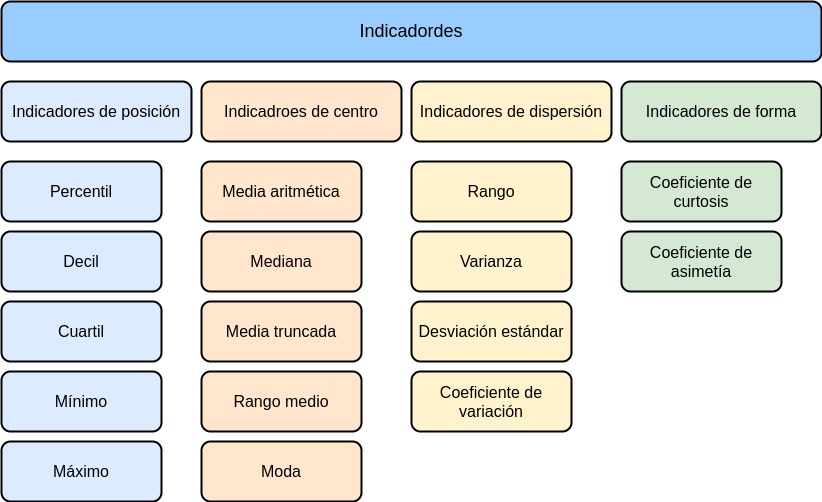
Above: inst/tutorials/Tutorial101/images/Indicadores.png in dgonxalex80/paqueteMET (draw.io), before the change. Source tidied: cells renumbered, new cells last; positions are measured from the earlier drawing's top-left corner, leaving out a move shared by most shapes.
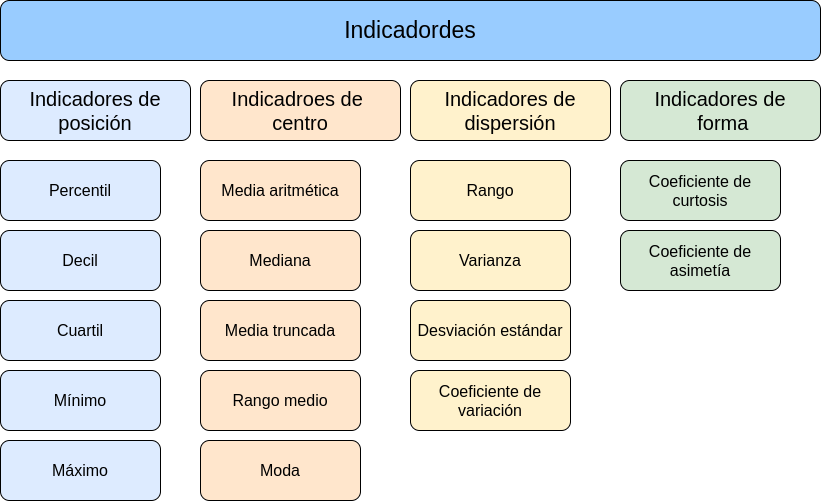
Above is the later version.

What changed in the source:
```diff
@@ -2,67 +2,67 @@
   <root>
     <mxCell id="0" />
     <mxCell id="1" parent="0" />
-    <mxCell id="2" value="&lt;span style=&quot;font-size: 18px;&quot;&gt;Indicadordes&lt;/span&gt;" style="rounded=1;whiteSpace=wrap;html=1;strokeWidth=2;fillWeight=4;hachureGap=8;hachureAngle=45;fillColor=#99CCFF;sketch=1;fontFamily=Helvetica;fontSource=https%3A%2F%2Ffonts.googleapis.com%2Fcss%3Ffamily%3DComing%2BSoon;fontSize=18;strokeColor=#000000;fontStyle=0;" parent="1" vertex="1">
+    <mxCell id="2" value="&lt;span style=&quot;font-size: 23px;&quot;&gt;Indicadordes&lt;/span&gt;" style="rounded=1;whiteSpace=wrap;html=1;strokeWidth=1;fillWeight=4;hachureGap=8;hachureAngle=45;fillColor=#99CCFF;sketch=1;fontFamily=Helvetica;fontSource=https%3A%2F%2Ffonts.googleapis.com%2Fcss%3Ffamily%3DComing%2BSoon;fontSize=23;strokeColor=#000000;fontStyle=0;" parent="1" vertex="1">
       <mxGeometry width="820" height="60" as="geometry" />
     </mxCell>
-    <mxCell id="3" value="Indicadores de posición" style="rounded=1;whiteSpace=wrap;html=1;fontSize=16;fillColor=#DDEBFF;strokeColor=#000000;strokeWidth=2;" parent="1" vertex="1">
+    <mxCell id="3" value="Indicadores de posición" style="rounded=1;whiteSpace=wrap;html=1;fontSize=20;fillColor=#DDEBFF;strokeColor=#000000;strokeWidth=1;" parent="1" vertex="1">
       <mxGeometry y="80" width="190" height="60" as="geometry" />
     </mxCell>
-    <mxCell id="4" value="Indicadroes de centro" style="rounded=1;whiteSpace=wrap;html=1;fontSize=16;fillColor=#FFE6CC;strokeWidth=2;strokeColor=#000000;" parent="1" vertex="1">
+    <mxCell id="4" value="Indicadroes de &lt;br&gt;centro" style="rounded=1;whiteSpace=wrap;html=1;fontSize=20;fillColor=#FFE6CC;strokeWidth=1;strokeColor=#000000;" parent="1" vertex="1">
       <mxGeometry x="200" y="80" width="200" height="60" as="geometry" />
     </mxCell>
-    <mxCell id="5" value="Indicadores de dispersión" style="rounded=1;whiteSpace=wrap;html=1;fontSize=16;fillColor=#fff2cc;strokeColor=#000000;strokeWidth=2;" parent="1" vertex="1">
+    <mxCell id="5" value="Indicadores de dispersión" style="rounded=1;whiteSpace=wrap;html=1;fontSize=20;fillColor=#fff2cc;strokeColor=#000000;strokeWidth=1;" parent="1" vertex="1">
       <mxGeometry x="410" y="80" width="200" height="60" as="geometry" />
     </mxCell>
-    <mxCell id="6" value="Indicadores de forma" style="rounded=1;whiteSpace=wrap;html=1;fontSize=16;fillColor=#d5e8d4;strokeWidth=2;strokeColor=#000000;" parent="1" vertex="1">
+    <mxCell id="6" value="Indicadores de&lt;br&gt;&amp;nbsp;forma" style="rounded=1;whiteSpace=wrap;html=1;fontSize=20;fillColor=#d5e8d4;strokeWidth=1;strokeColor=#000000;" parent="1" vertex="1">
       <mxGeometry x="620" y="80" width="200" height="60" as="geometry" />
     </mxCell>
-    <mxCell id="7" value="Coeficiente de variación" style="rounded=1;whiteSpace=wrap;html=1;fontSize=16;fillColor=#fff2cc;strokeColor=#000000;strokeWidth=2;" parent="1" vertex="1">
+    <mxCell id="7" value="Coeficiente de variación" style="rounded=1;whiteSpace=wrap;html=1;fontSize=16;fillColor=#fff2cc;strokeColor=#000000;strokeWidth=1;" parent="1" vertex="1">
       <mxGeometry x="410" y="370" width="160" height="60" as="geometry" />
     </mxCell>
-    <mxCell id="8" value="Desviación estándar" style="rounded=1;whiteSpace=wrap;html=1;fontSize=16;fillColor=#fff2cc;strokeColor=#000000;strokeWidth=2;" parent="1" vertex="1">
+    <mxCell id="8" value="Desviación estándar" style="rounded=1;whiteSpace=wrap;html=1;fontSize=16;fillColor=#fff2cc;strokeColor=#000000;strokeWidth=1;" parent="1" vertex="1">
       <mxGeometry x="410" y="300" width="160" height="60" as="geometry" />
     </mxCell>
-    <mxCell id="9" value="Varianza" style="rounded=1;whiteSpace=wrap;html=1;fontSize=16;fillColor=#fff2cc;strokeColor=#000000;strokeWidth=2;" parent="1" vertex="1">
+    <mxCell id="9" value="Varianza" style="rounded=1;whiteSpace=wrap;html=1;fontSize=16;fillColor=#fff2cc;strokeColor=#000000;strokeWidth=1;" parent="1" vertex="1">
       <mxGeometry x="410" y="230" width="160" height="60" as="geometry" />
     </mxCell>
-    <mxCell id="10" value="Rango" style="rounded=1;whiteSpace=wrap;html=1;fontSize=16;fillColor=#fff2cc;strokeColor=#000000;strokeWidth=2;" parent="1" vertex="1">
+    <mxCell id="10" value="Rango" style="rounded=1;whiteSpace=wrap;html=1;fontSize=16;fillColor=#fff2cc;strokeColor=#000000;strokeWidth=1;" parent="1" vertex="1">
       <mxGeometry x="410" y="160" width="160" height="60" as="geometry" />
     </mxCell>
-    <mxCell id="11" value="Coeficiente de asimetía" style="rounded=1;whiteSpace=wrap;html=1;fontSize=16;fillColor=#d5e8d4;strokeWidth=2;strokeColor=#000000;" parent="1" vertex="1">
+    <mxCell id="11" value="Coeficiente de asimetía" style="rounded=1;whiteSpace=wrap;html=1;fontSize=16;fillColor=#d5e8d4;strokeWidth=1;strokeColor=#000000;" parent="1" vertex="1">
       <mxGeometry x="620" y="230" width="160" height="60" as="geometry" />
     </mxCell>
-    <mxCell id="12" value="Coeficiente de curtosis" style="rounded=1;whiteSpace=wrap;html=1;fontSize=16;fillColor=#d5e8d4;strokeWidth=2;strokeColor=#000000;" parent="1" vertex="1">
+    <mxCell id="12" value="Coeficiente de curtosis" style="rounded=1;whiteSpace=wrap;html=1;fontSize=16;fillColor=#d5e8d4;strokeWidth=1;strokeColor=#000000;" parent="1" vertex="1">
       <mxGeometry x="620" y="160" width="160" height="60" as="geometry" />
     </mxCell>
-    <mxCell id="13" value="Mediana" style="rounded=1;whiteSpace=wrap;html=1;fontSize=16;fillColor=#FFE6CC;strokeWidth=2;strokeColor=#000000;" parent="1" vertex="1">
+    <mxCell id="13" value="Mediana" style="rounded=1;whiteSpace=wrap;html=1;fontSize=16;fillColor=#FFE6CC;strokeWidth=1;strokeColor=#000000;" parent="1" vertex="1">
       <mxGeometry x="200" y="230" width="160" height="60" as="geometry" />
     </mxCell>
-    <mxCell id="14" value="Máximo" style="rounded=1;whiteSpace=wrap;html=1;fontSize=16;fillColor=#DDEBFF;strokeColor=#000000;strokeWidth=2;" parent="1" vertex="1">
+    <mxCell id="14" value="Máximo" style="rounded=1;whiteSpace=wrap;html=1;fontSize=16;fillColor=#DDEBFF;strokeColor=#000000;strokeWidth=1;" parent="1" vertex="1">
       <mxGeometry y="440" width="160" height="60" as="geometry" />
     </mxCell>
-    <mxCell id="15" value="Mínimo" style="rounded=1;whiteSpace=wrap;html=1;fontSize=16;fillColor=#DDEBFF;strokeColor=#000000;strokeWidth=2;" parent="1" vertex="1">
+    <mxCell id="15" value="Mínimo" style="rounded=1;whiteSpace=wrap;html=1;fontSize=16;fillColor=#DDEBFF;strokeColor=#000000;strokeWidth=1;" parent="1" vertex="1">
       <mxGeometry y="370" width="160" height="60" as="geometry" />
     </mxCell>
-    <mxCell id="16" value="Cuartil" style="rounded=1;whiteSpace=wrap;html=1;fontSize=16;fillColor=#DDEBFF;strokeColor=#000000;strokeWidth=2;" parent="1" vertex="1">
+    <mxCell id="16" value="Cuartil" style="rounded=1;whiteSpace=wrap;html=1;fontSize=16;fillColor=#DDEBFF;strokeColor=#000000;strokeWidth=1;" parent="1" vertex="1">
       <mxGeometry y="300" width="160" height="60" as="geometry" />
     </mxCell>
-    <mxCell id="17" value="Decil" style="rounded=1;whiteSpace=wrap;html=1;fontSize=16;fillColor=#DDEBFF;strokeColor=#000000;strokeWidth=2;" parent="1" vertex="1">
+    <mxCell id="17" value="Decil" style="rounded=1;whiteSpace=wrap;html=1;fontSize=16;fillColor=#DDEBFF;strokeColor=#000000;strokeWidth=1;" parent="1" vertex="1">
       <mxGeometry y="230" width="160" height="60" as="geometry" />
     </mxCell>
-    <mxCell id="18" value="Percentil" style="rounded=1;whiteSpace=wrap;html=1;fontSize=16;fillColor=#DDEBFF;strokeColor=#000000;strokeWidth=2;" parent="1" vertex="1">
+    <mxCell id="18" value="Percentil" style="rounded=1;whiteSpace=wrap;html=1;fontSize=16;fillColor=#DDEBFF;strokeColor=#000000;strokeWidth=1;" parent="1" vertex="1">
       <mxGeometry y="160" width="160" height="60" as="geometry" />
     </mxCell>
-    <mxCell id="19" value="Media aritmética" style="rounded=1;whiteSpace=wrap;html=1;fontSize=16;fillColor=#FFE6CC;strokeWidth=2;strokeColor=#000000;" parent="1" vertex="1">
+    <mxCell id="19" value="Media aritmética" style="rounded=1;whiteSpace=wrap;html=1;fontSize=16;fillColor=#FFE6CC;strokeWidth=1;strokeColor=#000000;" parent="1" vertex="1">
       <mxGeometry x="200" y="160" width="160" height="60" as="geometry" />
     </mxCell>
-    <mxCell id="20" value="Media truncada" style="rounded=1;whiteSpace=wrap;html=1;fontSize=16;fillColor=#FFE6CC;strokeWidth=2;strokeColor=#000000;" parent="1" vertex="1">
+    <mxCell id="20" value="Media truncada" style="rounded=1;whiteSpace=wrap;html=1;fontSize=16;fillColor=#FFE6CC;strokeWidth=1;strokeColor=#000000;" parent="1" vertex="1">
       <mxGeometry x="200" y="300" width="160" height="60" as="geometry" />
     </mxCell>
-    <mxCell id="21" value="Rango medio" style="rounded=1;whiteSpace=wrap;html=1;fontSize=16;fillColor=#FFE6CC;strokeWidth=2;strokeColor=#000000;" parent="1" vertex="1">
+    <mxCell id="21" value="Rango medio" style="rounded=1;whiteSpace=wrap;html=1;fontSize=16;fillColor=#FFE6CC;strokeWidth=1;strokeColor=#000000;" parent="1" vertex="1">
       <mxGeometry x="200" y="370" width="160" height="60" as="geometry" />
     </mxCell>
-    <mxCell id="22" value="Moda" style="rounded=1;whiteSpace=wrap;html=1;fontSize=16;fillColor=#FFE6CC;strokeWidth=2;strokeColor=#000000;" parent="1" vertex="1">
+    <mxCell id="22" value="Moda" style="rounded=1;whiteSpace=wrap;html=1;fontSize=16;fillColor=#FFE6CC;strokeWidth=1;strokeColor=#000000;" parent="1" vertex="1">
       <mxGeometry x="200" y="440" width="160" height="60" as="geometry" />
     </mxCell>
   </root>
```
